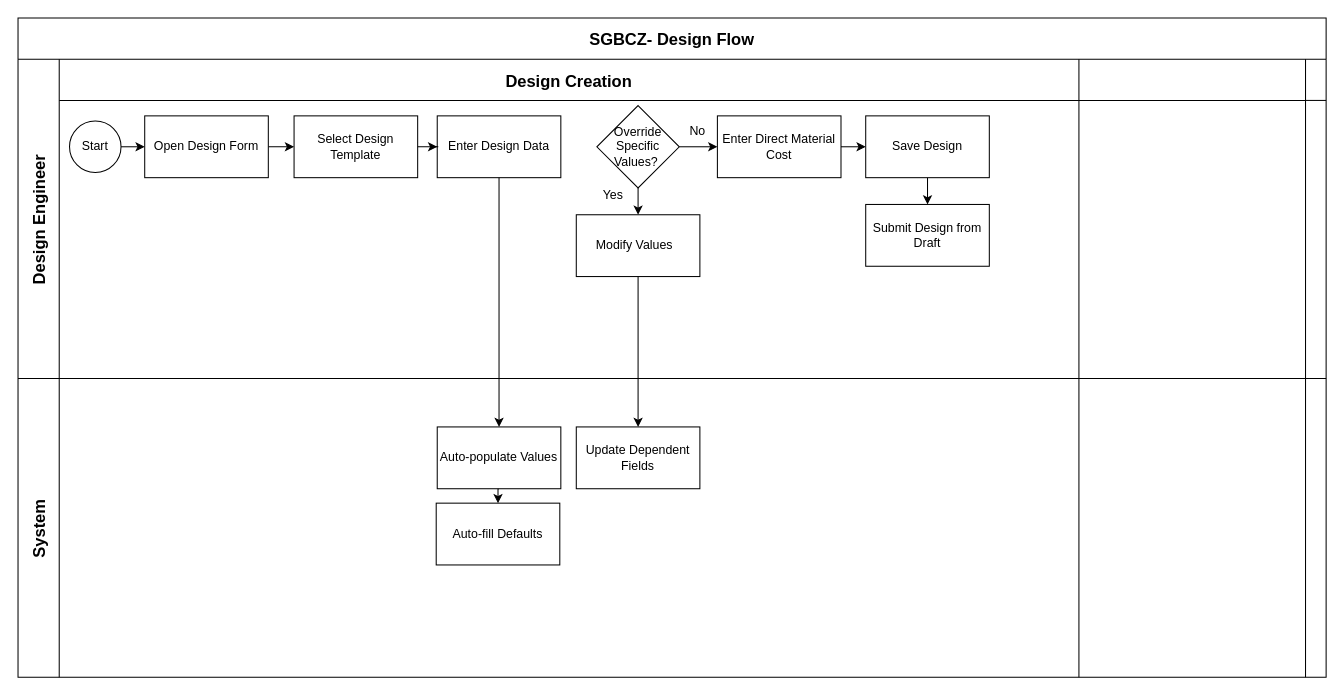
Iswariya-LMNAs/Diagrams keeps this draw.io diagram as sgbcz.drawio. Above is the earlier version. Source tidied: cells renumbered, new cells numbered last; positions are measured from the earlier drawing's top-left corner, leaving out a move shared by most shapes. Both pictures are drawn from the tidied source at 103%, with x=0, y=0 at pixel (18, 18).
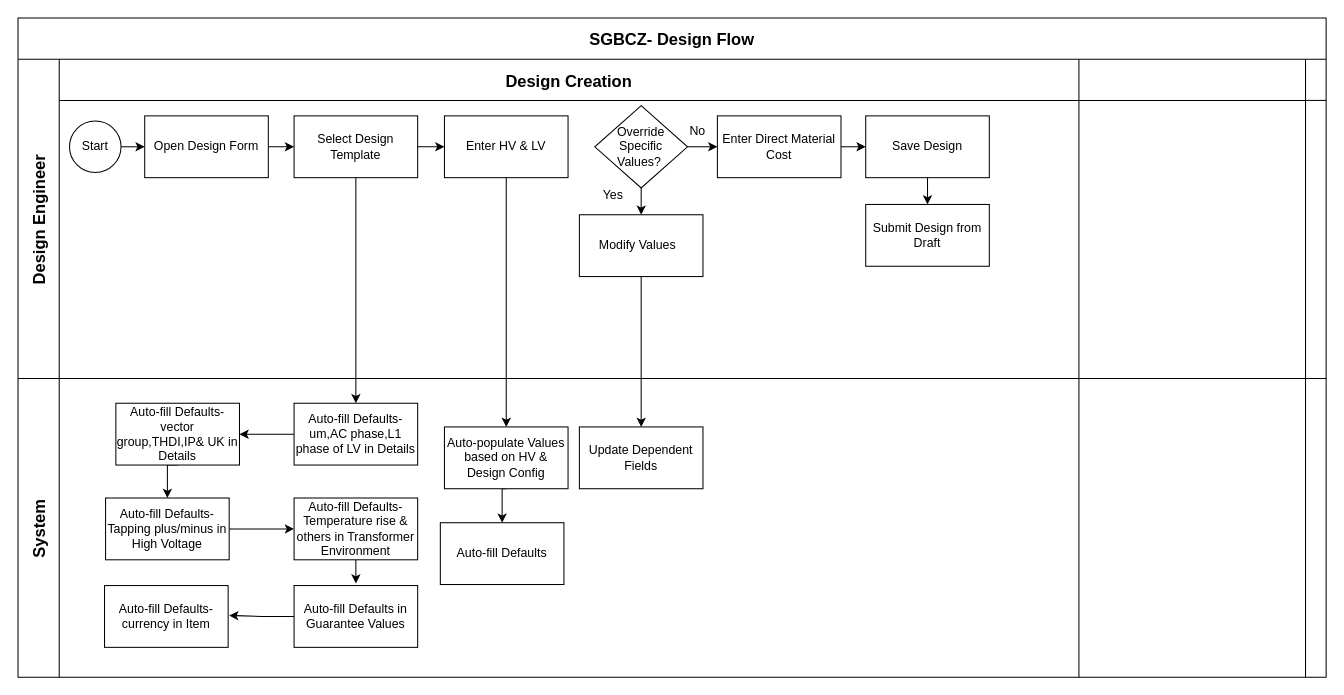
The same page after the edit.

Unchanged cells that the change refers to:
```xml
<mxCell id="2" value="SGBCZ- Design Flow" style="shape=table;childLayout=tableLayout;startSize=40;fontSize=16;fontStyle=1;" parent="1" vertex="1">
  <mxGeometry width="1270" height="640" as="geometry" />
</mxCell>
<mxCell id="4" value="Design Creation" style="swimlane;swimlaneHead=0;swimlaneBody=0;fontStyle=1;strokeColor=inherit;fillColor=none;startSize=40;fontSize=16;" parent="3" vertex="1">
  <mxGeometry x="40" width="990" height="310" as="geometry" />
</mxCell>
<mxCell id="11" value="Select Design Template" style="rounded=0;whiteSpace=wrap;html=1;" parent="4" vertex="1">
  <mxGeometry x="228" y="55" width="120" height="60" as="geometry" />
</mxCell>
<mxCell id="26" style="swimlane;swimlaneHead=0;swimlaneBody=0;fontStyle=1;strokeColor=inherit;fillColor=none;startSize=0;fontSize=16;" parent="25" vertex="1">
  <mxGeometry x="40" width="990" height="290" as="geometry" />
</mxCell>
```

Change to the diagram source:
```diff
@@
-    <mxCell id="9" value="Enter Design Data" style="rounded=0;whiteSpace=wrap;html=1;" parent="4" vertex="1">
-      <mxGeometry x="367" y="55" width="120" height="60" as="geometry" />
+    <mxCell id="9" value="Enter HV &amp;amp; LV" style="rounded=0;whiteSpace=wrap;html=1;" parent="4" vertex="1">
+      <mxGeometry x="374" y="55" width="120" height="60" as="geometry" />
     </mxCell>
@@
     <mxCell id="14" value="Override Specific Values?&amp;nbsp;" style="rhombus;whiteSpace=wrap;html=1;" parent="4" vertex="1">
-      <mxGeometry x="522" y="45" width="80" height="80" as="geometry" />
+      <mxGeometry x="520" y="45" width="90" height="80" as="geometry" />
     </mxCell>
     <mxCell id="15" value="Modify Values&amp;nbsp;&amp;nbsp;" style="rounded=0;whiteSpace=wrap;html=1;" parent="4" vertex="1">
-      <mxGeometry x="502" y="151" width="120" height="60" as="geometry" />
+      <mxGeometry x="505" y="151" width="120" height="60" as="geometry" />
     </mxCell>
@@
-    <mxCell id="28" value="Auto-populate Values" style="rounded=0;whiteSpace=wrap;html=1;" parent="26" vertex="1">
-      <mxGeometry x="367" y="47" width="120" height="60" as="geometry" />
+    <mxCell id="28" value="Auto-populate Values based on HV &amp;amp; Design Config" style="rounded=0;whiteSpace=wrap;html=1;" parent="26" vertex="1">
+      <mxGeometry x="374" y="47" width="120" height="60" as="geometry" />
     </mxCell>
     <mxCell id="29" value="Auto-fill Defaults" style="rounded=0;whiteSpace=wrap;html=1;" parent="26" vertex="1">
-      <mxGeometry x="366" y="121" width="120" height="60" as="geometry" />
+      <mxGeometry x="370" y="140" width="120" height="60" as="geometry" />
     </mxCell>
     <mxCell id="30" value="Update Dependent Fields" style="rounded=0;whiteSpace=wrap;html=1;" parent="26" vertex="1">
-      <mxGeometry x="502" y="47" width="120" height="60" as="geometry" />
+      <mxGeometry x="505" y="47" width="120" height="60" as="geometry" />
     </mxCell>
+    <mxCell id="35" style="edgeStyle=orthogonalEdgeStyle;rounded=0;jettySize=auto;html=1;exitX=0;exitY=0.5;exitDx=0;exitDy=0;entryX=1;entryY=0.5;entryDx=0;entryDy=0;" parent="26" edge="1" source="36" target="38">
+      <mxGeometry relative="1" as="geometry" />
+    </mxCell>
+    <mxCell id="36" value="Auto-fill Defaults-um,AC phase,L1 phase of LV in Details" style="rounded=0;whiteSpace=wrap;html=1;" parent="26" vertex="1">
+      <mxGeometry x="228" y="24" width="120" height="60" as="geometry" />
+    </mxCell>
+    <mxCell id="37" style="edgeStyle=orthogonalEdgeStyle;rounded=0;jettySize=auto;html=1;exitX=0.5;exitY=1;exitDx=0;exitDy=0;entryX=0.5;entryY=0;entryDx=0;entryDy=0;" parent="26" edge="1" source="38" target="40">
+      <mxGeometry relative="1" as="geometry" />
+    </mxCell>
+    <mxCell id="38" value="Auto-fill Defaults- vector group,THDI,IP&amp;amp; UK in Details" style="rounded=0;whiteSpace=wrap;html=1;" parent="26" vertex="1">
+      <mxGeometry x="55" y="24" width="120" height="60" as="geometry" />
+    </mxCell>
+    <mxCell id="39" style="edgeStyle=orthogonalEdgeStyle;rounded=0;jettySize=auto;html=1;entryX=0;entryY=0.5;entryDx=0;entryDy=0;" parent="26" edge="1" source="40" target="42">
+      <mxGeometry relative="1" as="geometry" />
+    </mxCell>
+    <mxCell id="40" value="Auto-fill Defaults- Tapping plus/minus in High Voltage" style="rounded=0;whiteSpace=wrap;html=1;" parent="26" vertex="1">
+      <mxGeometry x="45" y="116" width="120" height="60" as="geometry" />
+    </mxCell>
+    <mxCell id="41" style="edgeStyle=orthogonalEdgeStyle;rounded=0;jettySize=auto;html=1;exitX=0.5;exitY=1;exitDx=0;exitDy=0;" parent="26" edge="1" source="42">
+      <mxGeometry relative="1" as="geometry">
+        <mxPoint x="288" y="199" as="targetPoint" />
+      </mxGeometry>
+    </mxCell>
+    <mxCell id="42" value="Auto-fill Defaults- Temperature rise &amp;amp; others in Transformer Environment" style="rounded=0;whiteSpace=wrap;html=1;" parent="26" vertex="1">
+      <mxGeometry x="228" y="116" width="120" height="60" as="geometry" />
+    </mxCell>
+    <mxCell id="43" style="edgeStyle=orthogonalEdgeStyle;rounded=0;jettySize=auto;html=1;exitX=0;exitY=0.5;exitDx=0;exitDy=0;" parent="26" edge="1" source="44">
+      <mxGeometry relative="1" as="geometry">
+        <mxPoint x="165" y="230" as="targetPoint" />
+      </mxGeometry>
+    </mxCell>
+    <mxCell id="44" value="Auto-fill Defaults in Guarantee Values" style="rounded=0;whiteSpace=wrap;html=1;" parent="26" vertex="1">
+      <mxGeometry x="228" y="201" width="120" height="60" as="geometry" />
+    </mxCell>
+    <mxCell id="45" value="Auto-fill Defaults- currency in Item" style="rounded=0;whiteSpace=wrap;html=1;" parent="26" vertex="1">
+      <mxGeometry x="44" y="201" width="120" height="60" as="geometry" />
+    </mxCell>
@@
+    <mxCell id="46" style="edgeStyle=orthogonalEdgeStyle;rounded=0;jettySize=auto;html=1;exitX=0.5;exitY=1;exitDx=0;exitDy=0;" parent="2" edge="1" source="11" target="36">
+      <mxGeometry relative="1" as="geometry" />
+    </mxCell>
```
